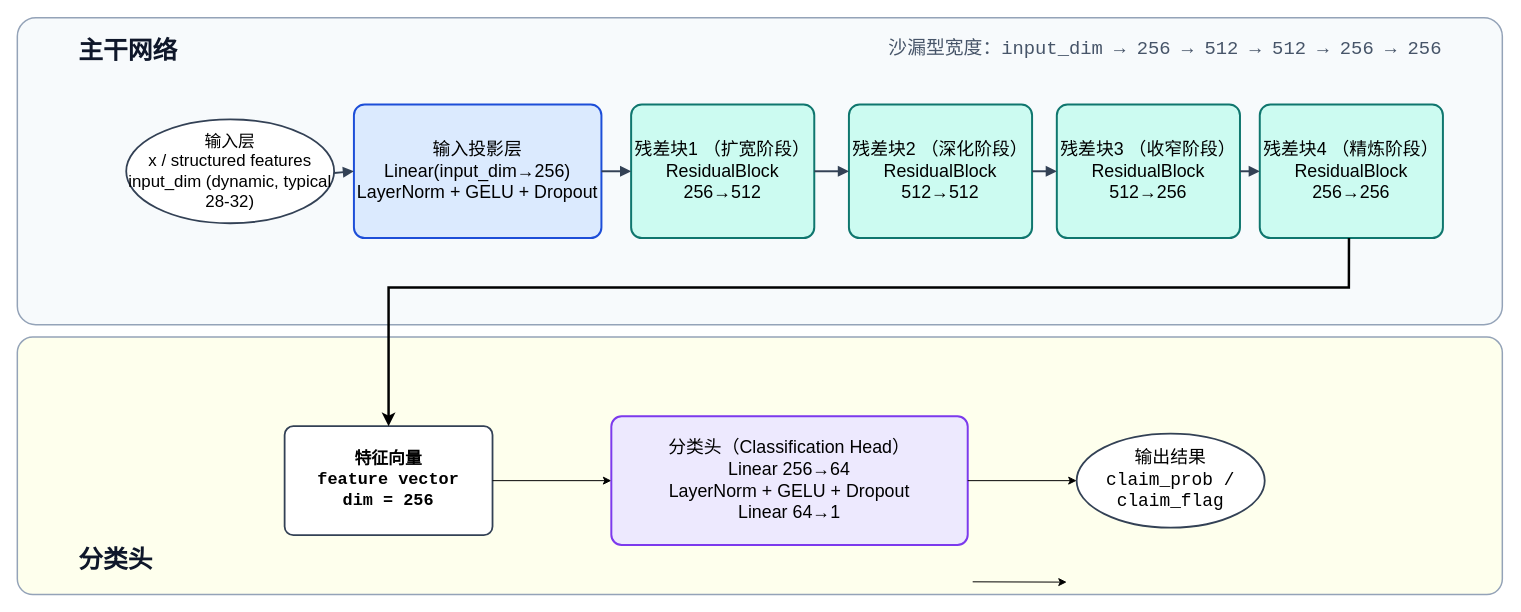
Above: docs/diagrams/InsuranceMLP网络结构图.drawio in Mrxyqian/Gradu_Project (draw.io), before the change. Source tidied: cells renumbered, new cells numbered last; positions are measured from the earlier drawing's top-left corner, leaving out a move shared by most shapes. Both pictures are drawn from the tidied source at 99%, with x=0, y=0 at pixel (17, 18).
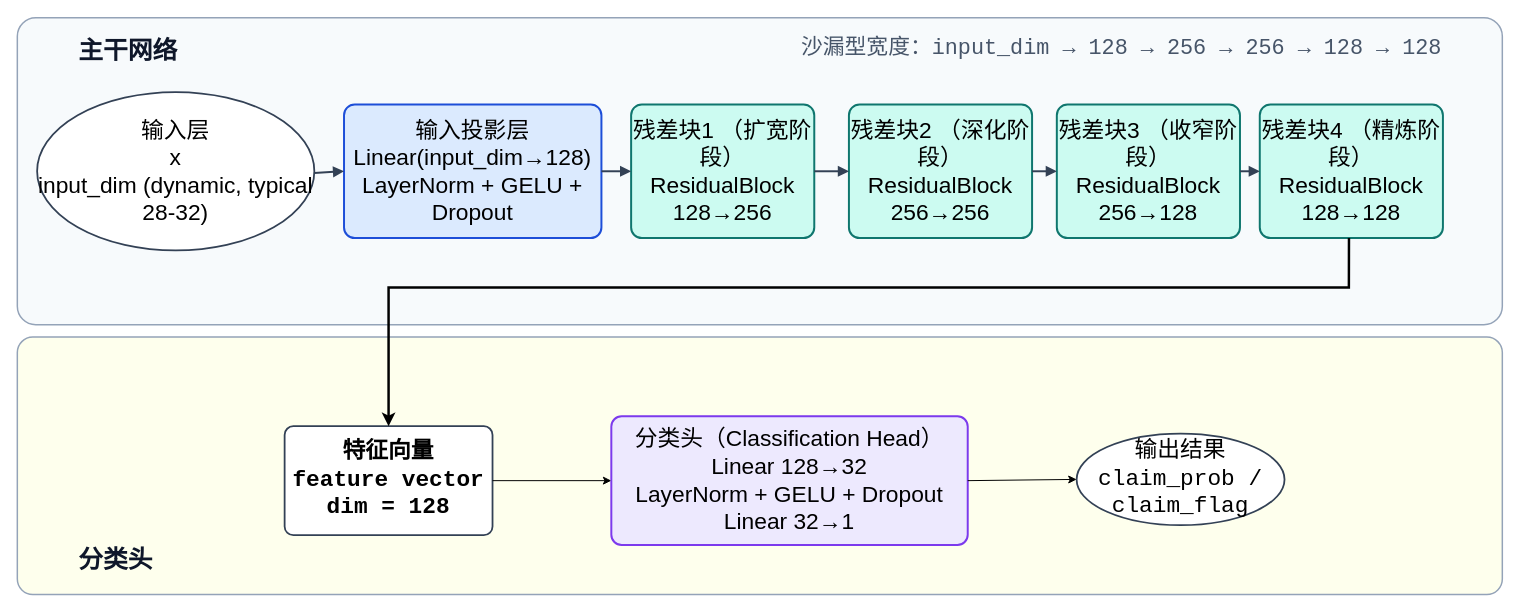
The same page after the edit.

Change to the diagram source:
```diff
@@
-    <mxCell id="5" value="沙漏型宽度：input_dim → 256 → 512 → 512 → 256 → 256" style="text;html=1;strokeColor=none;fillColor=none;align=right;verticalAlign=middle;fontFamily=Consolas;fontSize=19;fontColor=#475569;" parent="1" vertex="1">
+    <mxCell id="5" value="沙漏型宽度：input_dim → 128 → 256 → 256 → 128 → 128" style="text;html=1;strokeColor=none;fillColor=none;align=right;verticalAlign=middle;fontFamily=Consolas;fontSize=22;fontColor=#475569;" parent="1" vertex="1">
       <mxGeometry x="840" y="20" width="600" height="24" as="geometry" />
     </mxCell>
-    <mxCell id="6" value="输入层&lt;br&gt;x / structured features&lt;br&gt;input_dim (dynamic, typical 28-32)" style="ellipse;whiteSpace=wrap;html=1;align=center;verticalAlign=middle;fontFamily=Microsoft YaHei;fontSize=17;strokeColor=#334155;strokeWidth=1.8;fillColor=#ffffff;" parent="1" vertex="1">
-      <mxGeometry x="110" y="102" width="210" height="105" as="geometry" />
+    <mxCell id="6" value="输入层&lt;br&gt;x&lt;br&gt;input_dim (dynamic, typical 28-32)" style="ellipse;whiteSpace=wrap;html=1;align=center;verticalAlign=middle;fontFamily=Microsoft YaHei;fontSize=23;strokeColor=#334155;strokeWidth=1.8;fillColor=#ffffff;" parent="1" vertex="1">
+      <mxGeometry x="20" y="74.5" width="280" height="160" as="geometry" />
     </mxCell>
-    <mxCell id="7" value="输入投影层&lt;br&gt;Linear(input_dim→256)&lt;br&gt;LayerNorm + GELU + Dropout" style="rounded=1;arcSize=8;whiteSpace=wrap;html=1;align=center;verticalAlign=middle;fontFamily=Microsoft YaHei;fontSize=18;strokeColor=#1d4ed8;strokeWidth=2;fillColor=#dbeafe;" parent="1" vertex="1">
-      <mxGeometry x="340" y="87" width="250" height="135" as="geometry" />
+    <mxCell id="7" value="输入投影层&lt;br&gt;Linear(input_dim→128)&lt;br&gt;LayerNorm + GELU + Dropout" style="rounded=1;arcSize=8;whiteSpace=wrap;html=1;align=center;verticalAlign=middle;fontFamily=Microsoft YaHei;fontSize=23;strokeColor=#1d4ed8;strokeWidth=2;fillColor=#dbeafe;" parent="1" vertex="1">
+      <mxGeometry x="330" y="87" width="260" height="135" as="geometry" />
     </mxCell>
-    <mxCell id="8" value="残差块1 （扩宽阶段）&lt;br&gt;ResidualBlock 256→512" style="rounded=1;arcSize=8;whiteSpace=wrap;html=1;align=center;verticalAlign=middle;fontFamily=Microsoft YaHei;fontSize=18;strokeColor=#0f766e;strokeWidth=2;fillColor=#ccfbf1;" parent="1" vertex="1">
+    <mxCell id="8" value="残差块1 （扩宽阶段）&lt;br&gt;ResidualBlock 128→256" style="rounded=1;arcSize=8;whiteSpace=wrap;html=1;align=center;verticalAlign=middle;fontFamily=Microsoft YaHei;fontSize=23;strokeColor=#0f766e;strokeWidth=2;fillColor=#ccfbf1;" parent="1" vertex="1">
       <mxGeometry x="620" y="87" width="185" height="135" as="geometry" />
     </mxCell>
-    <mxCell id="9" value="残差块2 （深化阶段）&lt;br&gt;ResidualBlock 512→512" style="rounded=1;arcSize=8;whiteSpace=wrap;html=1;align=center;verticalAlign=middle;fontFamily=Microsoft YaHei;fontSize=18;strokeColor=#0f766e;strokeWidth=2;fillColor=#ccfbf1;" parent="1" vertex="1">
+    <mxCell id="9" value="残差块2 （深化阶段）&lt;br&gt;ResidualBlock 256→256" style="rounded=1;arcSize=8;whiteSpace=wrap;html=1;align=center;verticalAlign=middle;fontFamily=Microsoft YaHei;fontSize=23;strokeColor=#0f766e;strokeWidth=2;fillColor=#ccfbf1;" parent="1" vertex="1">
       <mxGeometry x="840" y="87" width="185" height="135" as="geometry" />
     </mxCell>
-    <mxCell id="10" value="残差块3 （收窄阶段）&lt;br&gt;ResidualBlock 512→256" style="rounded=1;arcSize=8;whiteSpace=wrap;html=1;align=center;verticalAlign=middle;fontFamily=Microsoft YaHei;fontSize=18;strokeColor=#0f766e;strokeWidth=2;fillColor=#ccfbf1;" parent="1" vertex="1">
+    <mxCell id="10" value="残差块3 （收窄阶段）&lt;br&gt;ResidualBlock 256→128" style="rounded=1;arcSize=8;whiteSpace=wrap;html=1;align=center;verticalAlign=middle;fontFamily=Microsoft YaHei;fontSize=23;strokeColor=#0f766e;strokeWidth=2;fillColor=#ccfbf1;" parent="1" vertex="1">
       <mxGeometry x="1050" y="87" width="185" height="135" as="geometry" />
     </mxCell>
-    <mxCell id="11" value="残差块4 （精炼阶段）&lt;br&gt;ResidualBlock 256→256" style="rounded=1;arcSize=8;whiteSpace=wrap;html=1;align=center;verticalAlign=middle;fontFamily=Microsoft YaHei;fontSize=18;strokeColor=#0f766e;strokeWidth=2;fillColor=#ccfbf1;" parent="1" vertex="1">
+    <mxCell id="11" value="残差块4 （精炼阶段）&lt;br&gt;ResidualBlock 128→128" style="rounded=1;arcSize=8;whiteSpace=wrap;html=1;align=center;verticalAlign=middle;fontFamily=Microsoft YaHei;fontSize=23;strokeColor=#0f766e;strokeWidth=2;fillColor=#ccfbf1;" parent="1" vertex="1">
       <mxGeometry x="1255" y="87" width="185" height="135" as="geometry" />
     </mxCell>
@@
-    <mxCell id="19" value="特征向量&lt;br&gt;feature vector&lt;br&gt;dim = 256" style="rounded=1;arcSize=8;whiteSpace=wrap;html=1;align=center;verticalAlign=middle;fontFamily=Consolas;fontSize=17;fontStyle=1;strokeColor=#334155;strokeWidth=1.8;fillColor=#ffffff;" parent="1" vertex="1">
+    <mxCell id="19" value="特征向量&lt;br&gt;feature vector&lt;br&gt;dim = 128" style="rounded=1;arcSize=8;whiteSpace=wrap;html=1;align=center;verticalAlign=middle;fontFamily=Consolas;fontSize=23;fontStyle=1;strokeColor=#334155;strokeWidth=1.8;fillColor=#ffffff;" parent="1" vertex="1">
       <mxGeometry x="270" y="412" width="210" height="110" as="geometry" />
     </mxCell>
-    <mxCell id="20" value="分类头（Classification Head）&lt;br&gt;Linear 256→64&lt;br&gt;LayerNorm + GELU + Dropout&lt;br&gt;Linear 64→1" style="rounded=1;arcSize=8;whiteSpace=wrap;html=1;align=center;verticalAlign=middle;fontFamily=Microsoft YaHei;fontSize=18;strokeColor=#7c3aed;strokeWidth=2;fillColor=#ede9fe;" parent="1" vertex="1">
+    <mxCell id="20" value="分类头（Classification Head）&lt;br&gt;Linear 128→32&lt;br&gt;LayerNorm + GELU + Dropout&lt;br&gt;Linear 32→1" style="rounded=1;arcSize=8;whiteSpace=wrap;html=1;align=center;verticalAlign=middle;fontFamily=Microsoft YaHei;fontSize=23;strokeColor=#7c3aed;strokeWidth=2;fillColor=#ede9fe;" parent="1" vertex="1">
       <mxGeometry x="600" y="402" width="360" height="130" as="geometry" />
     </mxCell>
-    <mxCell id="21" value="输出结果&lt;br&gt;claim_prob / claim_flag" style="ellipse;whiteSpace=wrap;html=1;align=center;verticalAlign=middle;fontFamily=Consolas;fontSize=18;strokeColor=#334155;strokeWidth=1.8;fillColor=#ffffff;" parent="1" vertex="1">
-      <mxGeometry x="1070" y="419.5" width="190" height="95" as="geometry" />
+    <mxCell id="21" value="输出结果&lt;br&gt;claim_prob / claim_flag" style="ellipse;whiteSpace=wrap;html=1;align=center;verticalAlign=middle;fontFamily=Consolas;fontSize=23;strokeColor=#334155;strokeWidth=1.8;fillColor=#ffffff;" parent="1" vertex="1">
+      <mxGeometry x="1070" y="419.5" width="210" height="92.5" as="geometry" />
     </mxCell>
@@
-    <mxCell id="25" style="endArrow=classic;html=1;rounded=0;entryX=0;entryY=0.5;entryDx=0;entryDy=0;exitX=1;exitY=0.5;exitDx=0;exitDy=0;" parent="1" edge="1">
-      <mxGeometry relative="1" as="geometry">
-        <mxPoint x="965" y="569.2" as="sourcePoint" />
-        <mxPoint x="1060" y="569.5" as="targetPoint" />
-      </mxGeometry>
-    </mxCell>
```
